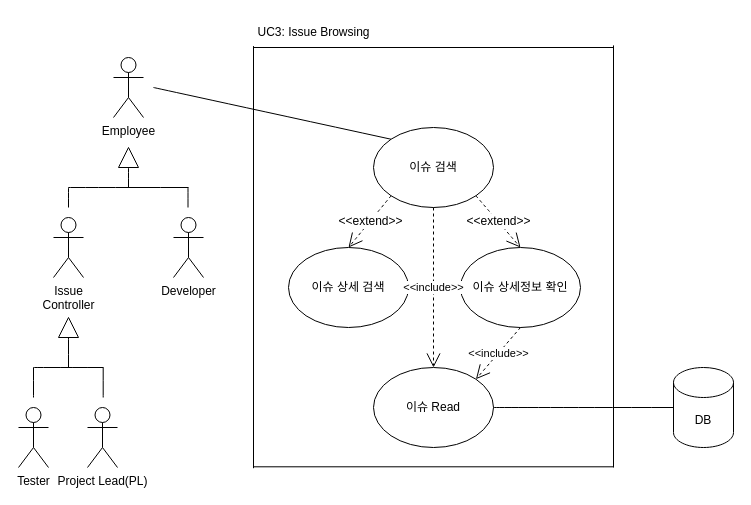
This is page "UC5-Browsing" (6 of 11) of documents/use_case_model/use_case_diagrams/use_case_diagrams.drawio from 2j2h5/SE_TermProject, a draw.io file, before an edit. Source tidied: cells renumbered, new cells numbered last; positions are measured from the earlier drawing's top-left corner, leaving out a move shared by most shapes. Both pictures are drawn from the tidied source at 100%, with x=0, y=0 at pixel (18, 17).
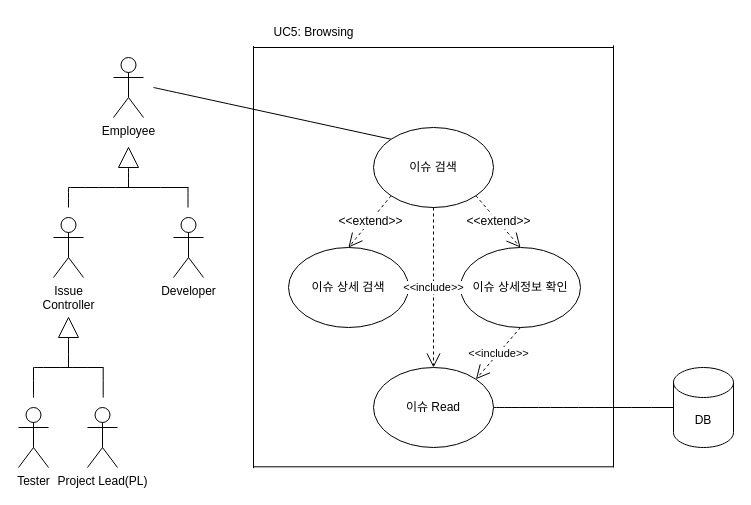
The same diagram, later.

Diff of the diagram source:
```diff
@@
-    <mxCell id="32" value="UC3: Issue Browsing" style="text;html=1;align=center;verticalAlign=middle;strokeColor=none;fillColor=none;" parent="1" vertex="1">
-      <mxGeometry x="225" width="140" height="30" as="geometry" />
+    <mxCell id="32" value="UC5: Browsing" style="text;html=1;align=center;verticalAlign=middle;strokeColor=none;fillColor=none;" parent="1" vertex="1">
+      <mxGeometry x="245" width="100" height="30" as="geometry" />
     </mxCell>
```
